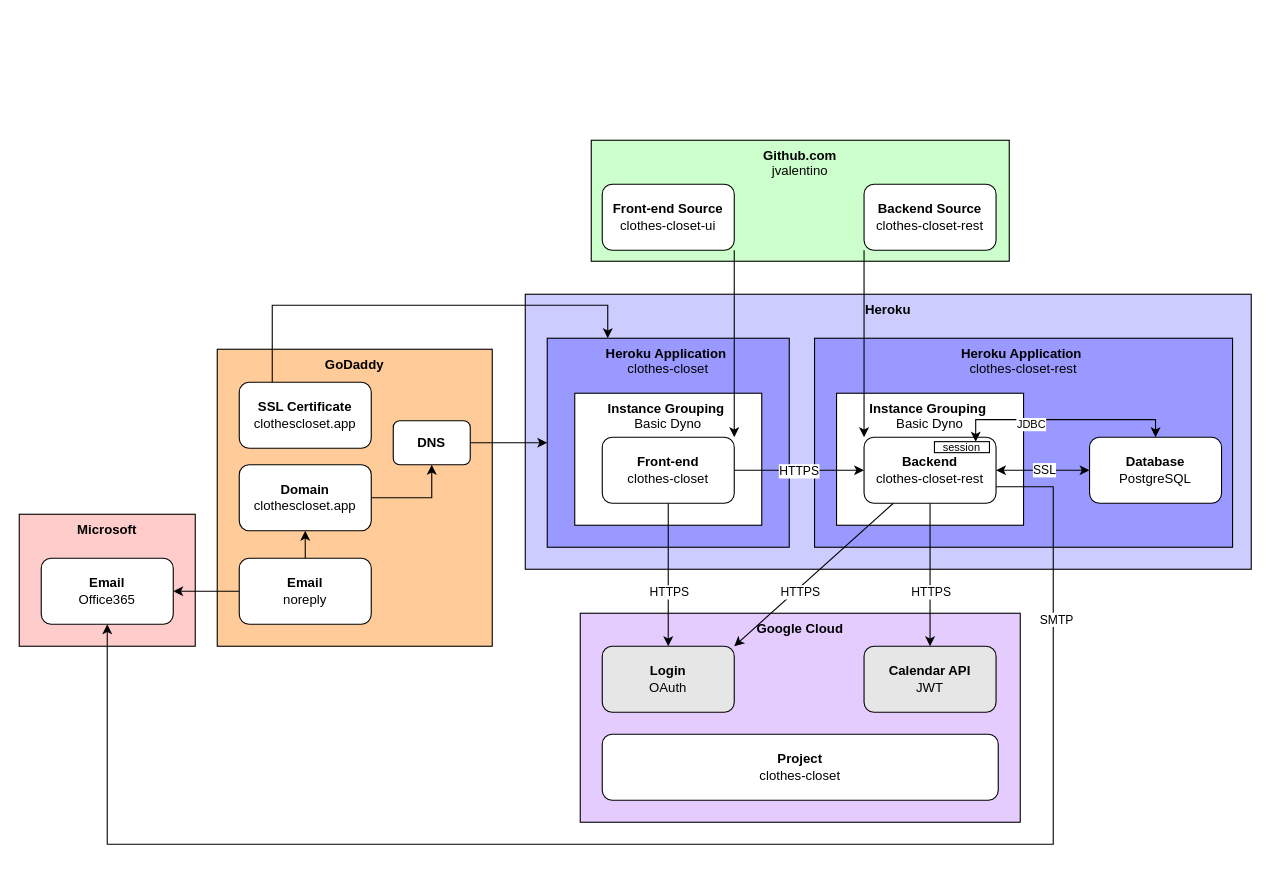
This is page "high-level architecture" (1 of 11) of clothes-closet.drawio from jvalentino/clothes-closet-wiki, a draw.io file, before an edit. Source tidied: cells renumbered, new cells numbered last; positions are measured from the earlier drawing's top-left corner, leaving out a move shared by most shapes. Both pictures are drawn from the tidied source at 110%, with x=0, y=0 at pixel (19, 140).
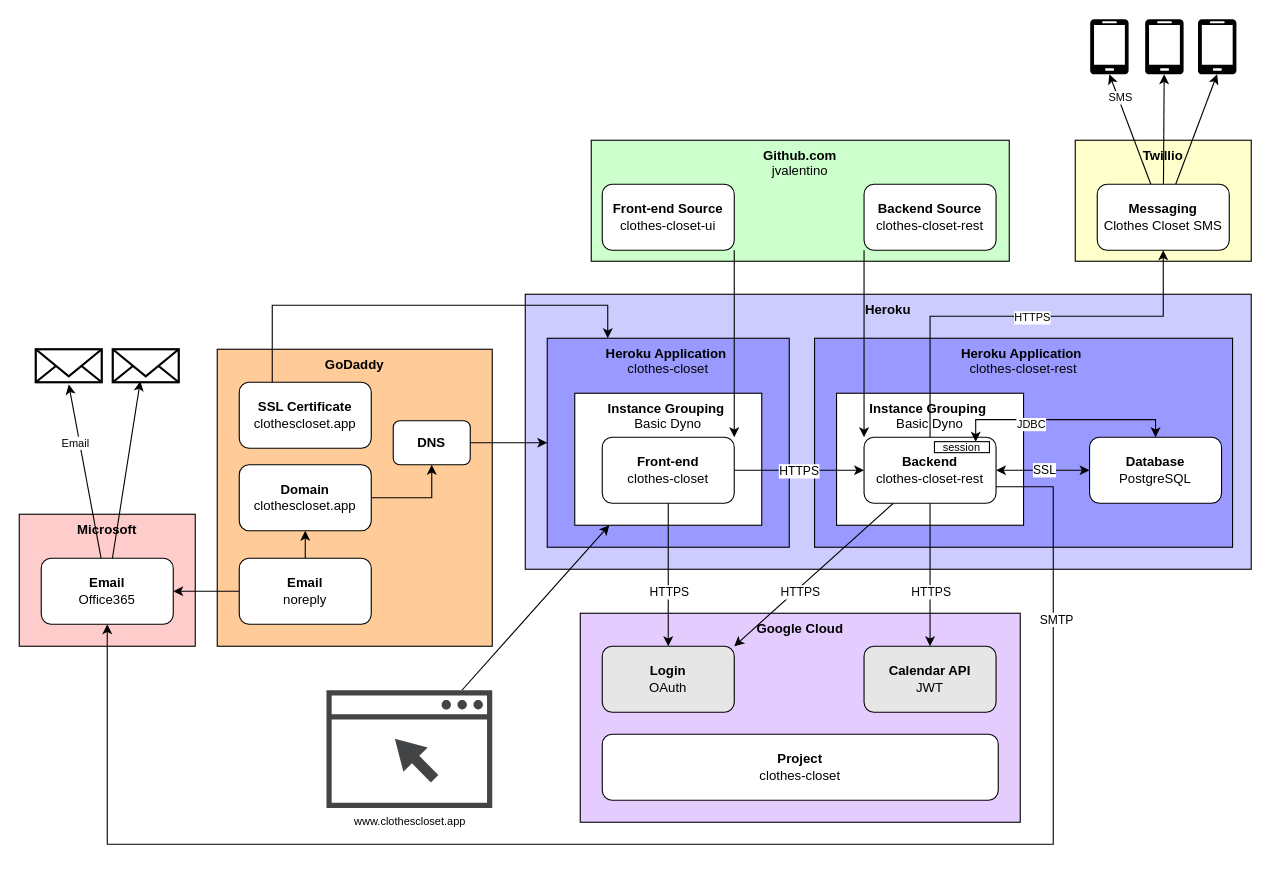
Above is the later version.

The change refers to these unchanged cells:
```xml
<mxCell id="8" value="&lt;b&gt;Instance Grouping&amp;nbsp;&lt;br&gt;&lt;/b&gt;Basic Dyno" style="rounded=0;whiteSpace=wrap;html=1;verticalAlign=top;" parent="1" vertex="1">
  <mxGeometry x="505" y="230" width="170" height="120" as="geometry" />
</mxCell>
<mxCell id="22" value="&lt;b&gt;Backend&lt;br&gt;&lt;/b&gt;clothes-closet-rest" style="rounded=1;whiteSpace=wrap;html=1;" parent="1" vertex="1">
  <mxGeometry x="768" y="270" width="120" height="60" as="geometry" />
</mxCell>
<mxCell id="42" value="&lt;b&gt;Email&lt;br&gt;&lt;/b&gt;Office365" style="rounded=1;whiteSpace=wrap;html=1;" parent="1" vertex="1">
  <mxGeometry x="20" y="380" width="120" height="60" as="geometry" />
</mxCell>
```

Diff of the diagram source:
```diff
@@
+    <mxCell id="46" value="&lt;b&gt;Twillio&lt;/b&gt;" style="rounded=0;whiteSpace=wrap;html=1;verticalAlign=top;fillColor=#FFFFCC;" parent="1" vertex="1">
+      <mxGeometry x="960" width="160" height="110" as="geometry" />
+    </mxCell>
@@
+    <mxCell id="47" style="edgeStyle=none;rounded=0;jettySize=auto;html=1;entryX=0.5;entryY=1.067;entryDx=0;entryDy=0;entryPerimeter=0;strokeWidth=1;fontSize=10;" parent="1" edge="1" source="42" target="60">
+      <mxGeometry relative="1" as="geometry" />
+    </mxCell>
+    <mxCell id="48" value="Email" style="edgeLabel;html=1;align=center;verticalAlign=middle;fontSize=10;" parent="47" vertex="1">
+      <mxGeometry x="0.35" y="4" relative="1" as="geometry" />
+    </mxCell>
+    <mxCell id="49" style="edgeStyle=none;rounded=0;jettySize=auto;html=1;entryX=0.417;entryY=0.967;entryDx=0;entryDy=0;entryPerimeter=0;strokeWidth=1;fontSize=10;" parent="1" edge="1" source="42" target="61">
+      <mxGeometry relative="1" as="geometry" />
+    </mxCell>
@@
+    <mxCell id="50" style="rounded=0;jettySize=auto;html=1;entryX=0.5;entryY=1;entryDx=0;entryDy=0;entryPerimeter=0;strokeWidth=1;fontSize=10;" parent="1" edge="1" source="54" target="57">
+      <mxGeometry relative="1" as="geometry" />
+    </mxCell>
+    <mxCell id="51" value="SMS" style="edgeLabel;html=1;align=center;verticalAlign=middle;fontSize=10;" parent="50" vertex="1">
+      <mxGeometry x="0.57" y="-2" relative="1" as="geometry" />
+    </mxCell>
+    <mxCell id="52" style="edgeStyle=none;rounded=0;jettySize=auto;html=1;strokeWidth=1;fontSize=10;" parent="1" edge="1" source="54" target="58">
+      <mxGeometry relative="1" as="geometry" />
+    </mxCell>
+    <mxCell id="53" style="edgeStyle=none;rounded=0;jettySize=auto;html=1;entryX=0.5;entryY=1;entryDx=0;entryDy=0;entryPerimeter=0;strokeWidth=1;fontSize=10;" parent="1" edge="1" source="54" target="59">
+      <mxGeometry relative="1" as="geometry" />
+    </mxCell>
+    <mxCell id="54" value="&lt;b&gt;Messaging&lt;br&gt;&lt;/b&gt;Clothes Closet SMS" style="rounded=1;whiteSpace=wrap;html=1;" parent="1" vertex="1">
+      <mxGeometry x="980" y="40" width="120" height="60" as="geometry" />
+    </mxCell>
+    <mxCell id="55" style="edgeStyle=orthogonalEdgeStyle;rounded=0;jettySize=auto;html=1;entryX=0.5;entryY=1;entryDx=0;entryDy=0;strokeWidth=1;fontSize=19;exitX=0.5;exitY=0;exitDx=0;exitDy=0;" parent="1" edge="1" source="22" target="54">
+      <mxGeometry relative="1" as="geometry">
+        <Array as="points">
+          <mxPoint x="828" y="160" />
+          <mxPoint x="1040" y="160" />
+        </Array>
+      </mxGeometry>
+    </mxCell>
+    <mxCell id="56" value="HTTPS" style="edgeLabel;html=1;align=center;verticalAlign=middle;fontSize=10;" parent="55" vertex="1">
+      <mxGeometry x="0.06" relative="1" as="geometry" />
+    </mxCell>
+    <mxCell id="57" style="verticalLabelPosition=bottom;html=1;verticalAlign=top;align=center;strokeColor=none;fillColor=#000000;shape=mxgraph.azure.mobile;fontSize=10;" parent="1" vertex="1">
+      <mxGeometry x="973.5" y="-110" width="35" height="50" as="geometry" />
+    </mxCell>
+    <mxCell id="58" style="verticalLabelPosition=bottom;html=1;verticalAlign=top;align=center;strokeColor=none;fillColor=#000000;shape=mxgraph.azure.mobile;fontSize=10;" parent="1" vertex="1">
+      <mxGeometry x="1023.5" y="-110" width="35" height="50" as="geometry" />
+    </mxCell>
+    <mxCell id="59" style="verticalLabelPosition=bottom;html=1;verticalAlign=top;align=center;strokeColor=none;fillColor=#000000;shape=mxgraph.azure.mobile;fontSize=10;" parent="1" vertex="1">
+      <mxGeometry x="1071.5" y="-110" width="35" height="50" as="geometry" />
+    </mxCell>
+    <mxCell id="60" style="html=1;verticalLabelPosition=bottom;align=center;labelBackgroundColor=#ffffff;verticalAlign=top;strokeWidth=2;strokeColor=default;shadow=0;dashed=0;shape=mxgraph.ios7.icons.mail;sketch=0;fontSize=10;fillColor=#FFFFFF;gradientColor=none;" parent="1" vertex="1">
+      <mxGeometry x="15" y="190" width="60" height="30" as="geometry" />
+    </mxCell>
+    <mxCell id="61" style="html=1;verticalLabelPosition=bottom;align=center;labelBackgroundColor=#ffffff;verticalAlign=top;strokeWidth=2;strokeColor=default;shadow=0;dashed=0;shape=mxgraph.ios7.icons.mail;sketch=0;fontSize=10;fillColor=#FFFFFF;gradientColor=none;" parent="1" vertex="1">
+      <mxGeometry x="85" y="190" width="60" height="30" as="geometry" />
+    </mxCell>
+    <mxCell id="62" style="edgeStyle=none;rounded=0;jettySize=auto;html=1;strokeWidth=1;fontSize=10;" parent="1" edge="1" source="63" target="8">
+      <mxGeometry relative="1" as="geometry" />
+    </mxCell>
+    <mxCell id="63" value="www.clothescloset.app" style="sketch=0;shadow=0;dashed=0;html=1;strokeColor=none;fillColor=#434445;labelPosition=center;verticalLabelPosition=bottom;verticalAlign=top;align=center;outlineConnect=0;shape=mxgraph.vvd.web_browser;fontSize=10;" parent="1" vertex="1">
+      <mxGeometry x="279.3" y="500" width="150.7" height="107" as="geometry" />
+    </mxCell>
```
